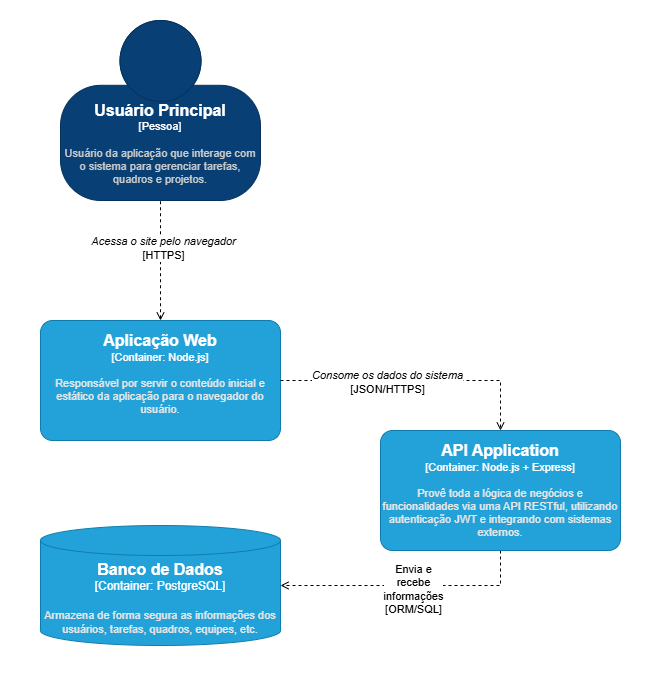
Earlier version of the draw.io export docs/assets/c4-diagrams/container-diagram.png (humberto-peres/taskflow). Source tidied: cells renumbered, new cells last; positions are measured from the earlier drawing's top-left corner, leaving out a move shared by most shapes.
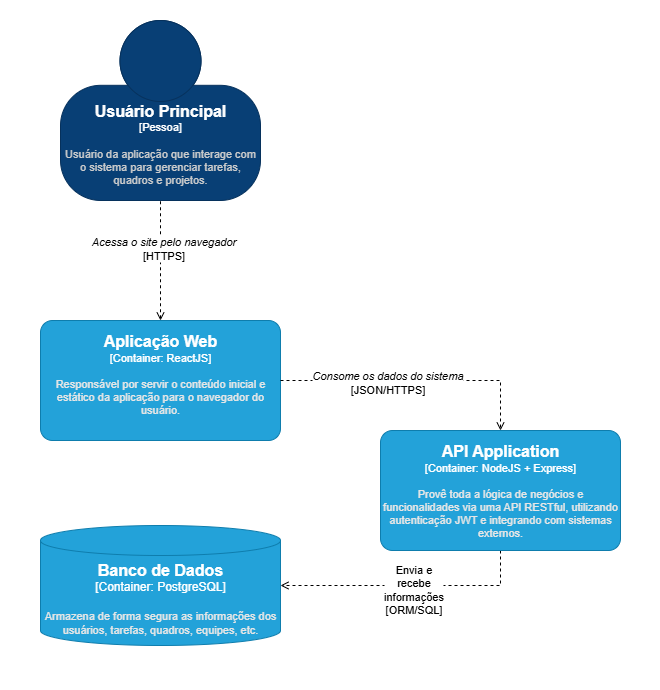
The same diagram one commit later.

Diff of the diagram source:
```diff
@@ -10,7 +10,7 @@
         <mxGeometry x="60" y="20" width="200" height="180" as="geometry" />
       </mxCell>
     </object>
-    <object id="4" label="&lt;font style=&quot;font-size: 16px&quot;&gt;&lt;b&gt;%c4Name%&lt;/b&gt;&lt;/font&gt;&lt;div&gt;[%c4Type%: %c4Technology%]&lt;/div&gt;&lt;br&gt;&lt;div&gt;&lt;font style=&quot;font-size: 11px&quot;&gt;&lt;font color=&quot;#E6E6E6&quot;&gt;%c4Description%&lt;/font&gt;&lt;/div&gt;" c4Description="Responsável por servir o conteúdo inicial e estático da aplicação para o navegador do usuário.&#10;&#10;" c4Name="Aplicação Web" c4Technology="Node.js" c4Type="Container" placeholders="1">
+    <object id="4" label="&lt;font style=&quot;font-size: 16px&quot;&gt;&lt;b&gt;%c4Name%&lt;/b&gt;&lt;/font&gt;&lt;div&gt;[%c4Type%: %c4Technology%]&lt;/div&gt;&lt;br&gt;&lt;div&gt;&lt;font style=&quot;font-size: 11px&quot;&gt;&lt;font color=&quot;#E6E6E6&quot;&gt;%c4Description%&lt;/font&gt;&lt;/div&gt;" c4Description="Responsável por servir o conteúdo inicial e estático da aplicação para o navegador do usuário.&#10;&#10;" c4Name="Aplicação Web" c4Technology="ReactJS" c4Type="Container" placeholders="1">
       <mxCell style="rounded=1;whiteSpace=wrap;html=1;fontSize=11;labelBackgroundColor=none;fillColor=#23A2D9;fontColor=#ffffff;align=center;arcSize=10;strokeColor=#0E7DAD;points=[[0.25,0,0],[0.5,0,0],[0.75,0,0],[1,0.25,0],[1,0.5,0],[1,0.75,0],[0.75,1,0],[0.5,1,0],[0.25,1,0],[0,0.75,0],[0,0.5,0],[0,0.25,0]];" parent="1" vertex="1">
         <mxGeometry x="40" y="320" width="240" height="120" as="geometry" />
       </mxCell>
@@ -21,7 +21,7 @@
     <mxCell id="6" value="Envia e&lt;div&gt;recebe&lt;/div&gt;&lt;div&gt;informações&lt;/div&gt;&lt;div&gt;[ORM/SQL]&lt;/div&gt;" style="edgeLabel;html=1;align=center;verticalAlign=middle;" parent="5" vertex="1">
       <mxGeometry x="-0.03" y="3" relative="1" as="geometry" />
     </mxCell>
-    <object id="7" label="&lt;font style=&quot;font-size: 16px&quot;&gt;&lt;b&gt;%c4Name%&lt;/b&gt;&lt;/font&gt;&lt;div&gt;[%c4Type%: %c4Technology%]&lt;/div&gt;&lt;br&gt;&lt;div&gt;&lt;font style=&quot;font-size: 11px&quot;&gt;&lt;font color=&quot;#E6E6E6&quot;&gt;%c4Description%&lt;/font&gt;&lt;/div&gt;" c4Description="Provê toda a lógica de negócios e funcionalidades via uma API RESTful, utilizando autenticação JWT e integrando com sistemas externos." c4Name="API Application" c4Technology="Node.js + Express" c4Type="Container" placeholders="1">
+    <object id="7" label="&lt;font style=&quot;font-size: 16px&quot;&gt;&lt;b&gt;%c4Name%&lt;/b&gt;&lt;/font&gt;&lt;div&gt;[%c4Type%: %c4Technology%]&lt;/div&gt;&lt;br&gt;&lt;div&gt;&lt;font style=&quot;font-size: 11px&quot;&gt;&lt;font color=&quot;#E6E6E6&quot;&gt;%c4Description%&lt;/font&gt;&lt;/div&gt;" c4Description="Provê toda a lógica de negócios e funcionalidades via uma API RESTful, utilizando autenticação JWT e integrando com sistemas externos." c4Name="API Application" c4Technology="NodeJS + Express" c4Type="Container" placeholders="1">
       <mxCell style="rounded=1;whiteSpace=wrap;html=1;fontSize=11;labelBackgroundColor=none;fillColor=#23A2D9;fontColor=#ffffff;align=center;arcSize=10;strokeColor=#0E7DAD;points=[[0.25,0,0],[0.5,0,0],[0.75,0,0],[1,0.25,0],[1,0.5,0],[1,0.75,0],[0.75,1,0],[0.5,1,0],[0.25,1,0],[0,0.75,0],[0,0.5,0],[0,0.25,0]];" parent="1" vertex="1">
         <mxGeometry x="380" y="430" width="240" height="120" as="geometry" />
       </mxCell>
```
